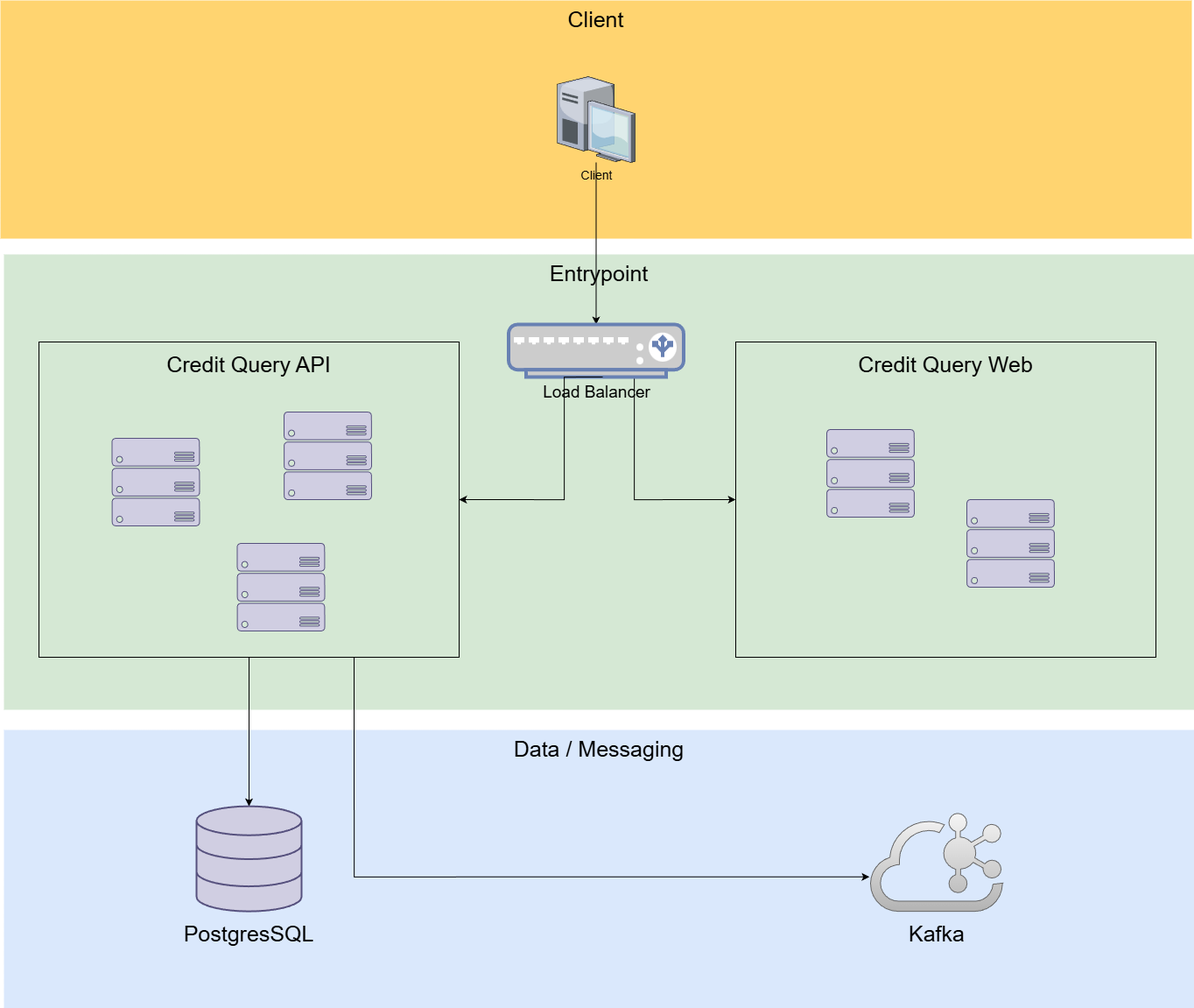
Above: diagram/credit-query.drawio.png in guilherme-boaventura/credit_query (draw.io), before the change. Source tidied: cells renumbered, new cells last; positions are measured from the earlier drawing's top-left corner, leaving out a move shared by most shapes.
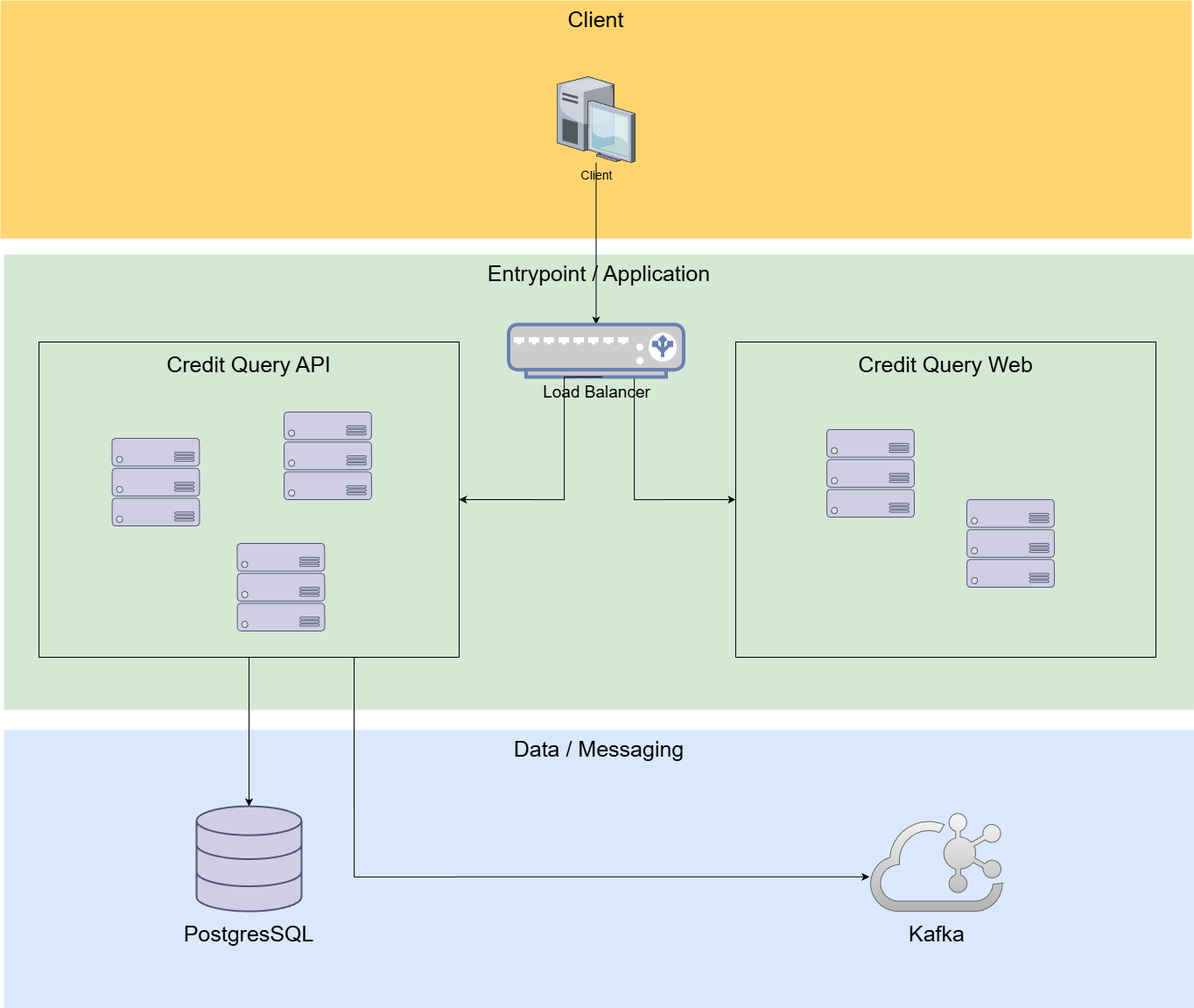
The same file after the commit.

Commit message:
diagrama atualizado

What changed in the source:
```diff
@@ -2,7 +2,7 @@
   <root>
     <mxCell id="0" style="html=1;" />
     <mxCell id="1" style="html=1;" parent="0" />
-    <mxCell id="2" value="&lt;font style=&quot;font-size: 25px;&quot;&gt;Entrypoint&lt;/font&gt;" style="whiteSpace=wrap;html=1;fillColor=#d5e8d4;fontSize=14;strokeColor=none;verticalAlign=top;" parent="1" vertex="1">
+    <mxCell id="2" value="&lt;font style=&quot;font-size: 25px;&quot;&gt;Entrypoint / Application&lt;/font&gt;" style="whiteSpace=wrap;html=1;fillColor=#d5e8d4;fontSize=14;strokeColor=none;verticalAlign=top;" parent="1" vertex="1">
       <mxGeometry x="4" y="290" width="1360" height="520" as="geometry" />
     </mxCell>
     <mxCell id="3" value="&lt;font style=&quot;font-size: 25px;&quot;&gt;Data / Messaging&lt;/font&gt;" style="whiteSpace=wrap;html=1;fillColor=#dae8fc;fontSize=14;strokeColor=none;verticalAlign=top;" parent="1" vertex="1">
```
